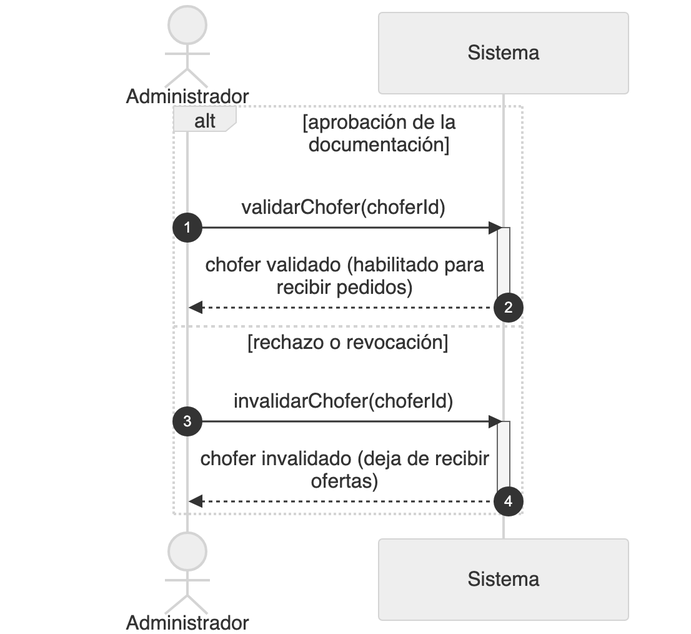
The Mermaid diagram diagramas/png/DSS_CU-032_Validar-Invalidar-Chofer.png in Nahuelito-Dev/splg-docs, before a commit. Its source is kept beside it as diagramas/DSS_CU-032_Validar-Invalidar-Chofer.mmd.
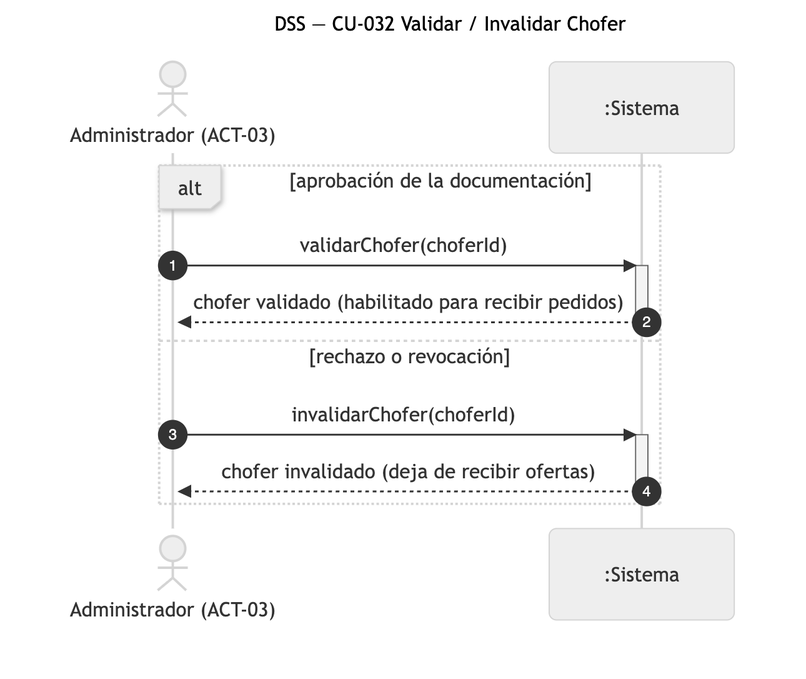
After the change.

The edit, as a diff of the source:
```diff
@@ -1,8 +1,8 @@
 sequenceDiagram
-    title DSS — CU-032 Validar Invalidar Chofer
+    title DSS — CU-032 Validar / Invalidar Chofer
     autonumber
-    actor ADM as Administrador
-    participant SIS as Sistema
+    actor ADM as Administrador (ACT-03)
+    participant SIS as :Sistema
 
     alt aprobación de la documentación
         ADM->>SIS: validarChofer(choferId)
```
